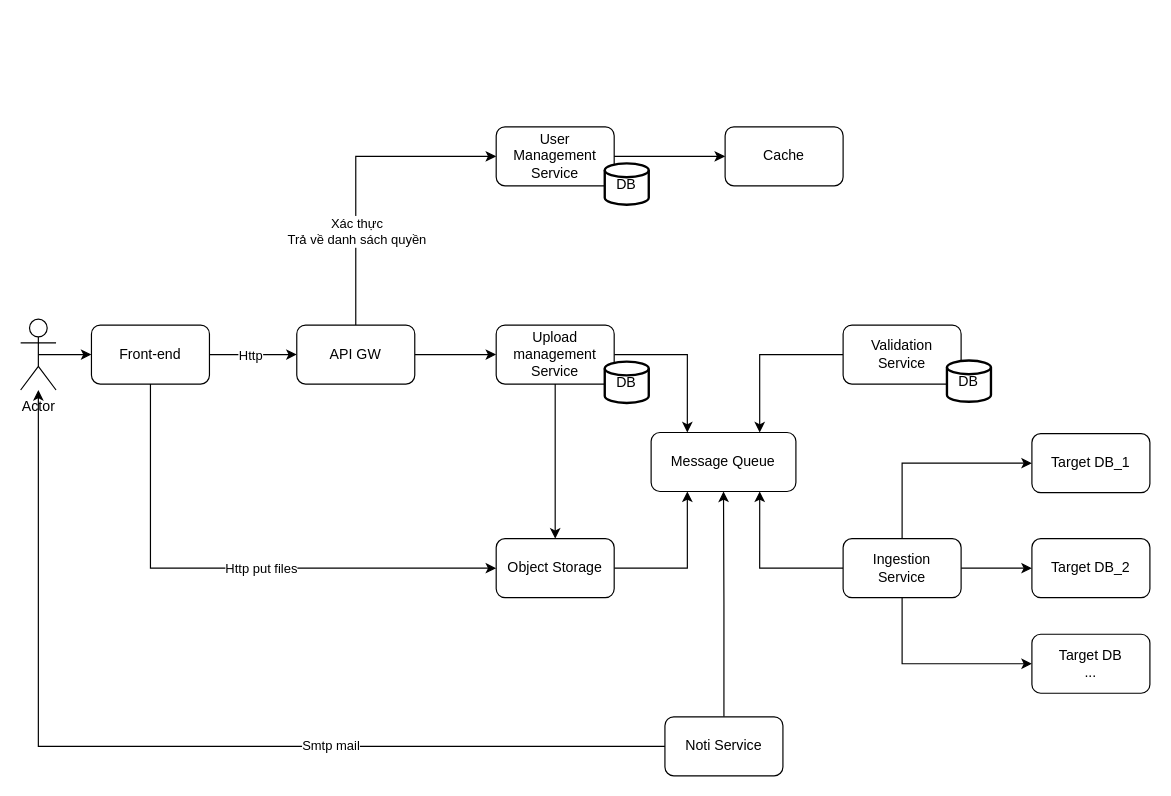
This is page "Service" (2 of 10) of docs/App_UL.drawio from vietda1/enterprise-upload-system, a draw.io file, before an edit. Source tidied: cells renumbered, new cells numbered last; positions are measured from the earlier drawing's top-left corner, leaving out a move shared by most shapes. Both pictures are drawn from the tidied source at 118%, with x=0, y=0 at pixel (20, 126).
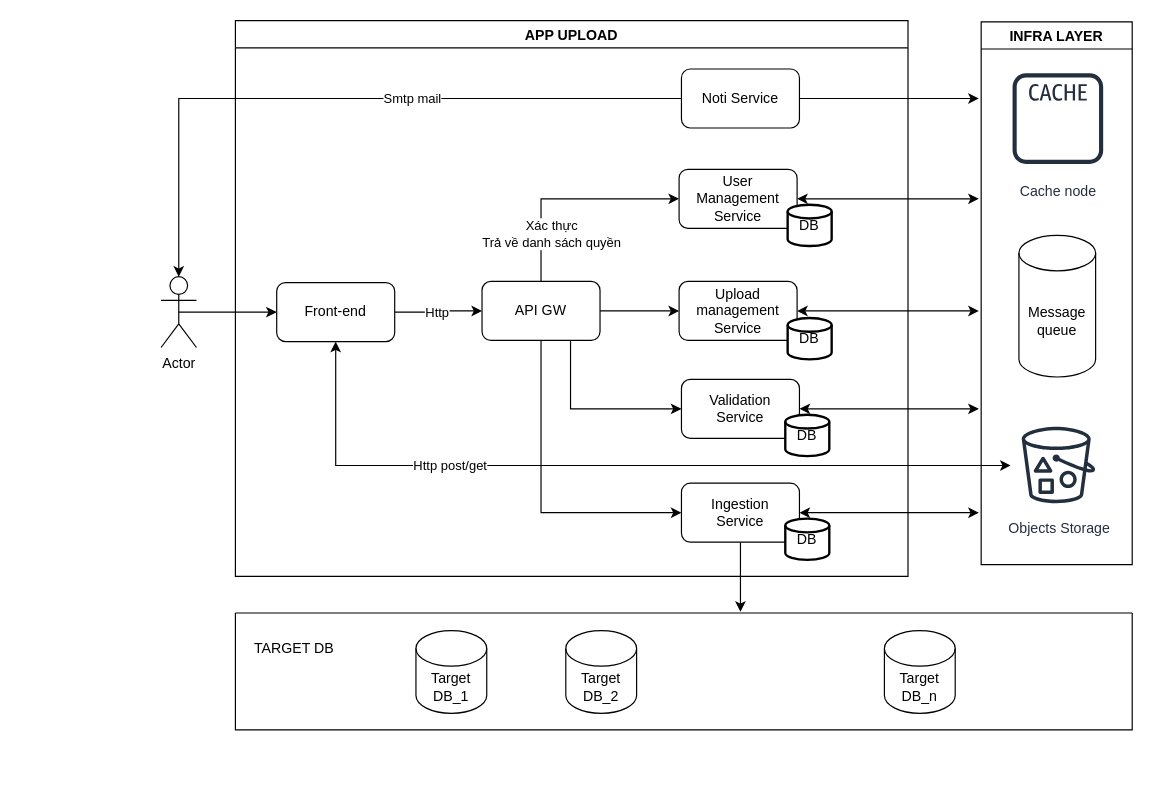
The same diagram, later.

Unchanged cells that the change refers to:
```xml
<mxCell id="18" style="edgeStyle=orthogonalEdgeStyle;rounded=0;jettySize=auto;html=1;exitX=0;exitY=0.5;exitDx=0;exitDy=0;" parent="1" edge="1" source="21" target="17">
  <mxGeometry relative="1" as="geometry" />
</mxCell>
<mxCell id="29" value="Validation&lt;div&gt;Service&lt;/div&gt;" style="rounded=1;whiteSpace=wrap;html=1;" parent="28" vertex="1">
  <mxGeometry width="100" height="50" as="geometry" />
</mxCell>
<mxCell id="35" value="Upload management Service" style="rounded=1;whiteSpace=wrap;html=1;" parent="34" vertex="1">
  <mxGeometry width="100" height="50" as="geometry" />
</mxCell>
```

Diff of the diagram source:
```diff
@@
-    <mxCell id="2" value="Target DB_2" style="rounded=1;whiteSpace=wrap;html=1;" parent="1" vertex="1">
-      <mxGeometry x="857" y="349" width="100" height="50" as="geometry" />
-    </mxCell>
-    <mxCell id="3" style="edgeStyle=orthogonalEdgeStyle;rounded=0;jettySize=auto;html=1;exitX=1;exitY=0.5;exitDx=0;exitDy=0;entryX=0.25;entryY=1;entryDx=0;entryDy=0;" parent="1" edge="1" source="4" target="11">
-      <mxGeometry relative="1" as="geometry" />
-    </mxCell>
-    <mxCell id="4" value="Object Storage" style="rounded=1;whiteSpace=wrap;html=1;" parent="1" vertex="1">
-      <mxGeometry x="403" y="349" width="100" height="50" as="geometry" />
-    </mxCell>
-    <mxCell id="5" style="edgeStyle=orthogonalEdgeStyle;rounded=0;jettySize=auto;html=1;exitX=1;exitY=0.5;exitDx=0;exitDy=0;entryX=0.25;entryY=0;entryDx=0;entryDy=0;" parent="1" edge="1" source="35" target="11">
-      <mxGeometry relative="1" as="geometry" />
-    </mxCell>
@@
-    <mxCell id="8" style="edgeStyle=orthogonalEdgeStyle;rounded=0;jettySize=auto;html=1;exitX=0.5;exitY=1;exitDx=0;exitDy=0;entryX=0;entryY=0.5;entryDx=0;entryDy=0;" parent="1" edge="1" source="10" target="4">
-      <mxGeometry relative="1" as="geometry" />
-    </mxCell>
-    <mxCell id="9" value="Http put files" style="edgeLabel;html=1;align=center;verticalAlign=middle;fontSize=11;" parent="8" vertex="1">
-      <mxGeometry x="0.11" relative="1" as="geometry" />
-    </mxCell>
+    <mxCell id="42" style="edgeStyle=orthogonalEdgeStyle;rounded=0;jettySize=auto;html=1;exitX=0.5;exitY=1;exitDx=0;exitDy=0;startArrow=classic;startFill=1;" parent="1" edge="1" source="10" target="58">
+      <mxGeometry relative="1" as="geometry">
+        <Array as="points">
+          <mxPoint x="267" y="287" />
+        </Array>
+      </mxGeometry>
+    </mxCell>
+    <mxCell id="43" value="Http post/get" style="edgeLabel;html=1;align=center;verticalAlign=middle;" parent="42" vertex="1">
+      <mxGeometry x="-0.43" y="1" relative="1" as="geometry">
+        <mxPoint x="8" as="offset" />
+      </mxGeometry>
+    </mxCell>
     <mxCell id="10" value="Front-end" style="rounded=1;whiteSpace=wrap;html=1;" parent="1" vertex="1">
-      <mxGeometry x="60" y="168" width="100" height="50" as="geometry" />
+      <mxGeometry x="217" y="132" width="100" height="50" as="geometry" />
     </mxCell>
-    <mxCell id="11" value="Message Queue" style="rounded=1;whiteSpace=wrap;html=1;" parent="1" vertex="1">
-      <mxGeometry x="534.3" y="259" width="122.7" height="50" as="geometry" />
-    </mxCell>
@@
+    <mxCell id="44" style="edgeStyle=orthogonalEdgeStyle;rounded=0;jettySize=auto;html=1;exitX=0.75;exitY=1;exitDx=0;exitDy=0;entryX=0;entryY=0.5;entryDx=0;entryDy=0;" parent="1" edge="1" source="15" target="29">
+      <mxGeometry relative="1" as="geometry" />
+    </mxCell>
+    <mxCell id="45" style="edgeStyle=orthogonalEdgeStyle;rounded=0;jettySize=auto;html=1;exitX=0.5;exitY=1;exitDx=0;exitDy=0;entryX=0;entryY=0.5;entryDx=0;entryDy=0;" parent="1" edge="1" source="15" target="27">
+      <mxGeometry relative="1" as="geometry" />
+    </mxCell>
     <mxCell id="15" value="API GW" style="rounded=1;whiteSpace=wrap;html=1;" parent="1" vertex="1">
-      <mxGeometry x="234" y="168" width="100" height="50" as="geometry" />
+      <mxGeometry x="391" y="131" width="100" height="50" as="geometry" />
     </mxCell>
@@
     <mxCell id="17" value="Actor" style="shape=umlActor;verticalLabelPosition=bottom;verticalAlign=top;html=1;outlineConnect=0;" parent="1" vertex="1">
-      <mxGeometry y="163" width="30" height="60" as="geometry" />
+      <mxGeometry x="119" y="127" width="30" height="60" as="geometry" />
     </mxCell>
@@
     <mxCell id="19" value="Smtp mail" style="edgeLabel;html=1;align=center;verticalAlign=middle;" parent="18" vertex="1">
       <mxGeometry x="-0.32" y="-1" relative="1" as="geometry">
-        <mxPoint x="-1" as="offset" />
+        <mxPoint x="-33" as="offset" />
       </mxGeometry>
     </mxCell>
-    <mxCell id="20" style="edgeStyle=orthogonalEdgeStyle;rounded=0;jettySize=auto;html=1;exitX=0.5;exitY=0;exitDx=0;exitDy=0;entryX=0.5;entryY=1;entryDx=0;entryDy=0;" parent="1" edge="1" source="21" target="11">
-      <mxGeometry relative="1" as="geometry" />
-    </mxCell>
-    <mxCell id="21" value="Noti Service" style="rounded=1;whiteSpace=wrap;html=1;" parent="1" vertex="1">
-      <mxGeometry x="546" y="500" width="100" height="50" as="geometry" />
-    </mxCell>
-    <mxCell id="22" style="edgeStyle=orthogonalEdgeStyle;rounded=0;jettySize=auto;html=1;exitX=0;exitY=0.5;exitDx=0;exitDy=0;entryX=0.75;entryY=0;entryDx=0;entryDy=0;" parent="1" edge="1" source="29" target="11">
-      <mxGeometry relative="1" as="geometry" />
-    </mxCell>
-    <mxCell id="23" style="edgeStyle=orthogonalEdgeStyle;rounded=0;jettySize=auto;html=1;exitX=1;exitY=0.5;exitDx=0;exitDy=0;entryX=0;entryY=0.5;entryDx=0;entryDy=0;" parent="1" edge="1" source="27" target="2">
-      <mxGeometry relative="1" as="geometry" />
-    </mxCell>
-    <mxCell id="24" style="edgeStyle=orthogonalEdgeStyle;rounded=0;jettySize=auto;html=1;exitX=0;exitY=0.5;exitDx=0;exitDy=0;entryX=0.75;entryY=1;entryDx=0;entryDy=0;" parent="1" edge="1" source="27" target="11">
-      <mxGeometry relative="1" as="geometry" />
-    </mxCell>
-    <mxCell id="25" style="edgeStyle=orthogonalEdgeStyle;rounded=0;jettySize=auto;html=1;exitX=0.5;exitY=0;exitDx=0;exitDy=0;entryX=0;entryY=0.5;entryDx=0;entryDy=0;" parent="1" edge="1" source="27" target="37">
-      <mxGeometry relative="1" as="geometry" />
-    </mxCell>
-    <mxCell id="26" style="edgeStyle=orthogonalEdgeStyle;rounded=0;jettySize=auto;html=1;exitX=0.5;exitY=1;exitDx=0;exitDy=0;entryX=0;entryY=0.5;entryDx=0;entryDy=0;" parent="1" edge="1" source="27" target="38">
-      <mxGeometry relative="1" as="geometry" />
-    </mxCell>
-    <mxCell id="27" value="Ingestion&lt;div&gt;Service&lt;/div&gt;" style="rounded=1;whiteSpace=wrap;html=1;" parent="1" vertex="1">
-      <mxGeometry x="697" y="349" width="100" height="50" as="geometry" />
-    </mxCell>
     <mxCell id="28" style="group;" parent="1" vertex="1">
-      <mxGeometry x="697" y="168" width="125.3" height="65" as="geometry" />
+      <mxGeometry x="560" y="214" width="125.3" height="65" as="geometry" />
     </mxCell>
+    <mxCell id="46" style="edgeStyle=orthogonalEdgeStyle;rounded=0;jettySize=auto;html=1;exitX=1;exitY=0.5;exitDx=0;exitDy=0;startArrow=classic;startFill=1;" parent="28" edge="1" source="29">
+      <mxGeometry relative="1" as="geometry">
+        <mxPoint x="252" y="25" as="targetPoint" />
+      </mxGeometry>
+    </mxCell>
@@
     <mxCell id="31" style="group;" parent="1" vertex="1">
-      <mxGeometry x="403" width="129.3" height="66" as="geometry" />
+      <mxGeometry x="558" y="35" width="129.3" height="66" as="geometry" />
     </mxCell>
+    <mxCell id="47" style="edgeStyle=orthogonalEdgeStyle;rounded=0;jettySize=auto;html=1;exitX=1;exitY=0.5;exitDx=0;exitDy=0;startArrow=classic;startFill=1;" parent="31" edge="1" source="32">
+      <mxGeometry relative="1" as="geometry">
+        <mxPoint x="254" y="26" as="targetPoint" />
+      </mxGeometry>
+    </mxCell>
     <mxCell id="32" value="User&lt;div&gt;Management Service&lt;/div&gt;" style="rounded=1;whiteSpace=wrap;html=1;" parent="31" vertex="1">
-      <mxGeometry width="100" height="50" as="geometry" />
+      <mxGeometry y="1" width="100" height="50" as="geometry" />
     </mxCell>
@@
     <mxCell id="34" style="group;" parent="1" vertex="1">
-      <mxGeometry x="403" y="168" width="129.3" height="66" as="geometry" />
+      <mxGeometry x="558" y="131" width="129.3" height="66" as="geometry" />
     </mxCell>
+    <mxCell id="48" style="edgeStyle=orthogonalEdgeStyle;rounded=0;jettySize=auto;html=1;exitX=1;exitY=0.5;exitDx=0;exitDy=0;startArrow=classic;startFill=1;" parent="34" edge="1" source="35">
+      <mxGeometry relative="1" as="geometry">
+        <mxPoint x="254" y="25" as="targetPoint" />
+      </mxGeometry>
+    </mxCell>
@@
+    <mxCell id="49" value="APP UPLOAD" style="swimlane;" parent="1" vertex="1">
+      <mxGeometry x="182" y="-90" width="570" height="471" as="geometry" />
+    </mxCell>
+    <mxCell id="50" style="group;" parent="49" vertex="1">
+      <mxGeometry x="378" y="392" width="125.3" height="65" as="geometry" />
+    </mxCell>
+    <mxCell id="51" style="edgeStyle=orthogonalEdgeStyle;rounded=0;jettySize=auto;html=1;exitX=1;exitY=0.5;exitDx=0;exitDy=0;startArrow=classic;startFill=1;" parent="50" edge="1" source="27">
+      <mxGeometry relative="1" as="geometry">
+        <mxPoint x="252" y="25" as="targetPoint" />
+      </mxGeometry>
+    </mxCell>
+    <mxCell id="52" style="edgeStyle=orthogonalEdgeStyle;rounded=0;jettySize=auto;html=1;exitX=0.5;exitY=1;exitDx=0;exitDy=0;" parent="50" edge="1" source="27">
+      <mxGeometry relative="1" as="geometry">
+        <mxPoint x="50" y="109" as="targetPoint" />
+      </mxGeometry>
+    </mxCell>
+    <mxCell id="27" value="Ingestion&lt;div&gt;Service&lt;/div&gt;" style="rounded=1;whiteSpace=wrap;html=1;" parent="50" vertex="1">
+      <mxGeometry width="100" height="50" as="geometry" />
+    </mxCell>
+    <mxCell id="53" value="DB" style="strokeWidth=2;html=1;shape=mxgraph.flowchart.database;whiteSpace=wrap;" parent="50" vertex="1">
+      <mxGeometry x="88" y="30" width="37.3" height="35" as="geometry" />
+    </mxCell>
+    <mxCell id="54" style="edgeStyle=orthogonalEdgeStyle;rounded=0;jettySize=auto;html=1;exitX=1;exitY=0.5;exitDx=0;exitDy=0;" parent="49" edge="1" source="21">
+      <mxGeometry relative="1" as="geometry">
+        <mxPoint x="630" y="66" as="targetPoint" />
+      </mxGeometry>
+    </mxCell>
+    <mxCell id="21" value="Noti Service" style="rounded=1;whiteSpace=wrap;html=1;" parent="49" vertex="1">
+      <mxGeometry x="378" y="41" width="100" height="50" as="geometry" />
+    </mxCell>
+    <mxCell id="55" value="INFRA LAYER" style="swimlane;" parent="1" vertex="1">
+      <mxGeometry x="814" y="-89" width="128" height="460" as="geometry" />
+    </mxCell>
+    <mxCell id="56" value="Cache node" style="sketch=0;fontColor=#232F3E;gradientColor=none;strokeColor=#232F3E;fillColor=#ffffff;dashed=0;verticalLabelPosition=bottom;verticalAlign=top;align=center;html=1;fontSize=12;fontStyle=0;shape=mxgraph.aws4.resourceIcon;resIcon=mxgraph.aws4.cache_node;" parent="55" vertex="1">
+      <mxGeometry x="17" y="34" width="96" height="96" as="geometry" />
+    </mxCell>
+    <mxCell id="57" value="Message queue" style="shape=cylinder3;whiteSpace=wrap;html=1;boundedLbl=1;backgroundOutline=1;size=15;rotation=0;" parent="55" vertex="1">
+      <mxGeometry x="32" y="181" width="65" height="120" as="geometry" />
+    </mxCell>
+    <mxCell id="58" value="Objects Storage" style="sketch=0;outlineConnect=0;fontColor=#232F3E;gradientColor=none;strokeColor=#232F3E;fillColor=#ffffff;dashed=0;verticalLabelPosition=bottom;verticalAlign=top;align=center;html=1;fontSize=12;fontStyle=0;shape=mxgraph.aws4.resourceIcon;resIcon=mxgraph.aws4.bucket_with_objects;" parent="55" vertex="1">
+      <mxGeometry x="25" y="335" width="81" height="81" as="geometry" />
+    </mxCell>
+    <mxCell id="59" style="swimlane;startSize=0;" parent="1" vertex="1">
+      <mxGeometry x="182" y="412" width="760" height="99" as="geometry" />
+    </mxCell>
-    <mxCell id="37" value="Target DB_1" style="rounded=1;whiteSpace=wrap;html=1;" parent="1" vertex="1">
-      <mxGeometry x="857" y="260" width="100" height="50" as="geometry" />
+    <mxCell id="37" value="Target DB_1" style="shape=cylinder3;whiteSpace=wrap;html=1;boundedLbl=1;backgroundOutline=1;size=15;" parent="59" vertex="1">
+      <mxGeometry x="153" y="15" width="60" height="70" as="geometry" />
     </mxCell>
-    <mxCell id="38" value="Target DB&lt;div&gt;...&lt;/div&gt;" style="rounded=1;whiteSpace=wrap;html=1;" parent="1" vertex="1">
-      <mxGeometry x="857" y="430" width="100" height="50" as="geometry" />
-    </mxCell>
-    <mxCell id="39" value="Cache" style="rounded=1;whiteSpace=wrap;html=1;" parent="1" vertex="1">
-      <mxGeometry x="597" width="100" height="50" as="geometry" />
-    </mxCell>
-    <mxCell id="40" style="edgeStyle=orthogonalEdgeStyle;rounded=0;jettySize=auto;html=1;exitX=1;exitY=0.5;exitDx=0;exitDy=0;entryX=0;entryY=0.5;entryDx=0;entryDy=0;" parent="1" edge="1" source="32" target="39">
-      <mxGeometry relative="1" as="geometry" />
-    </mxCell>
-    <mxCell id="41" style="edgeStyle=orthogonalEdgeStyle;rounded=0;jettySize=auto;html=1;entryX=0.5;entryY=0;entryDx=0;entryDy=0;" parent="1" edge="1" source="35" target="4">
-      <mxGeometry relative="1" as="geometry" />
-    </mxCell>
+    <mxCell id="2" value="Target DB_2" style="shape=cylinder3;whiteSpace=wrap;html=1;boundedLbl=1;backgroundOutline=1;size=15;" parent="59" vertex="1">
+      <mxGeometry x="280" y="15" width="60" height="70" as="geometry" />
+    </mxCell>
+    <mxCell id="60" value="Target DB_n" style="shape=cylinder3;whiteSpace=wrap;html=1;boundedLbl=1;backgroundOutline=1;size=15;" parent="59" vertex="1">
+      <mxGeometry x="550" y="15" width="60" height="70" as="geometry" />
+    </mxCell>
+    <mxCell id="61" value="TARGET DB" style="text;html=1;whiteSpace=wrap;strokeColor=none;fillColor=none;align=center;verticalAlign=middle;rounded=0;" parent="59" vertex="1">
+      <mxGeometry x="10" y="15" width="80" height="30" as="geometry" />
+    </mxCell>
```
